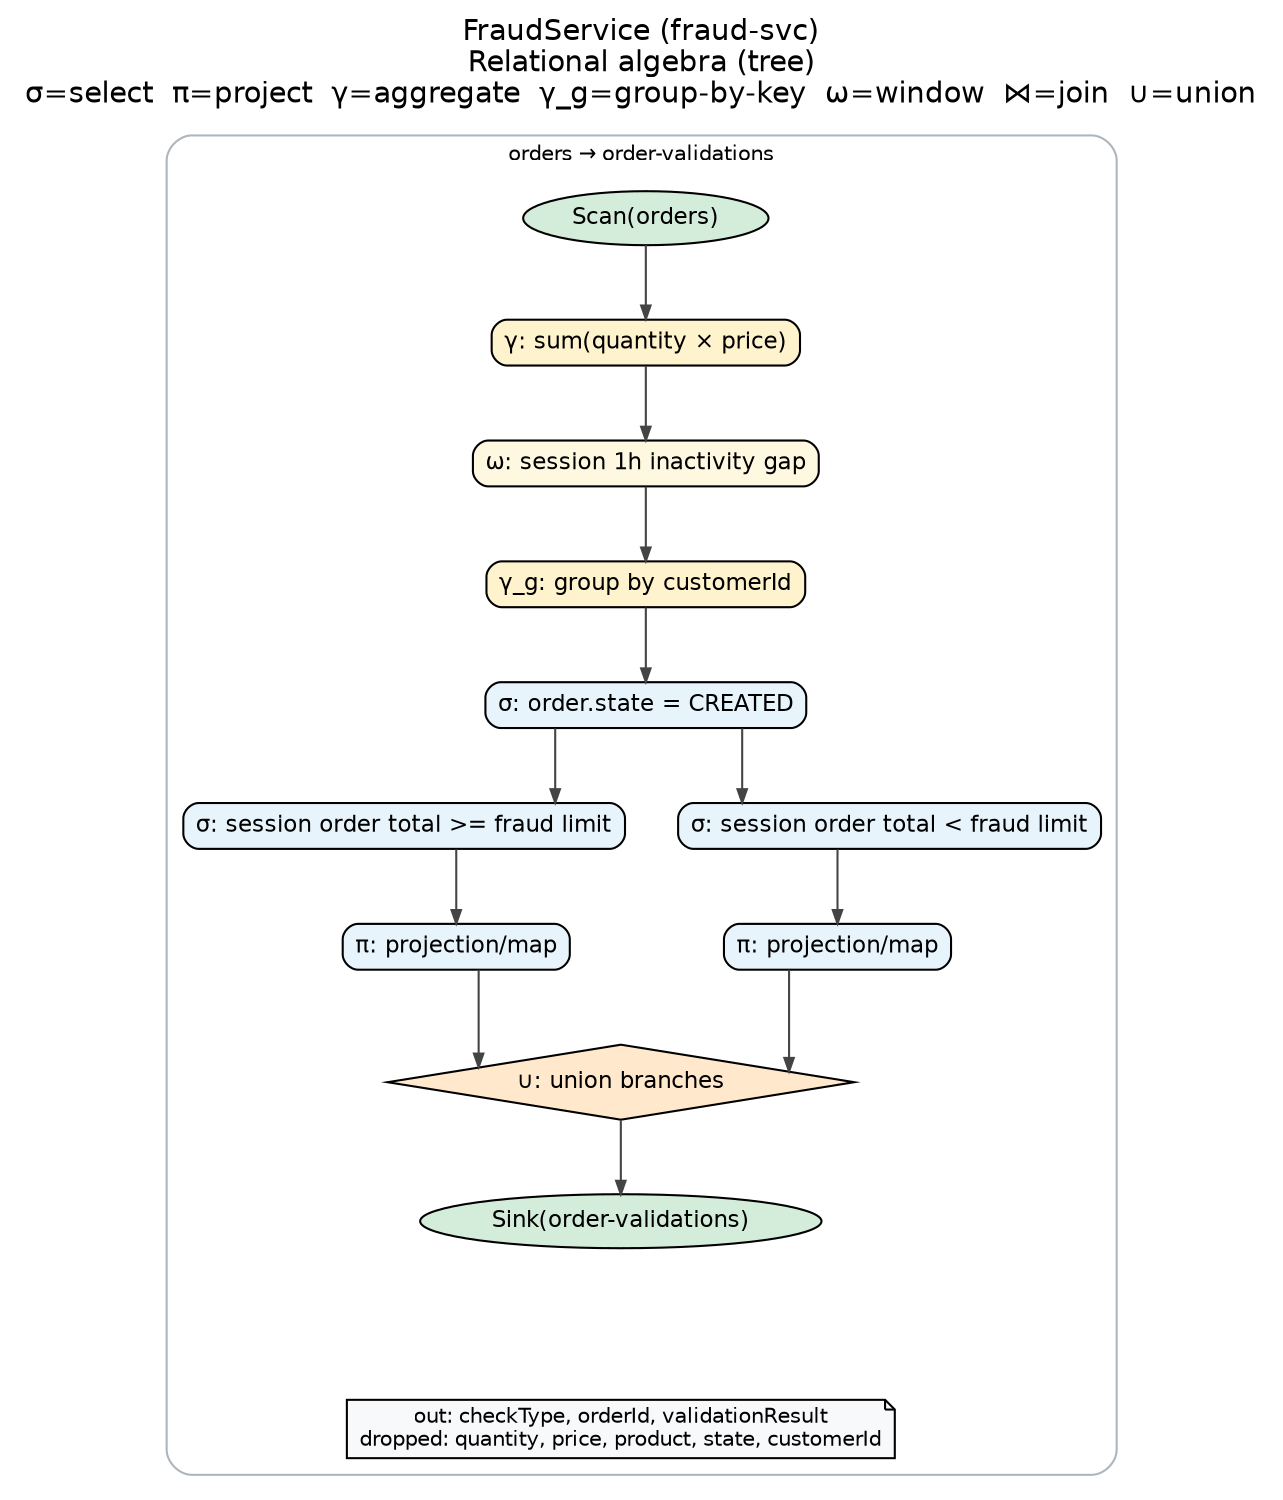
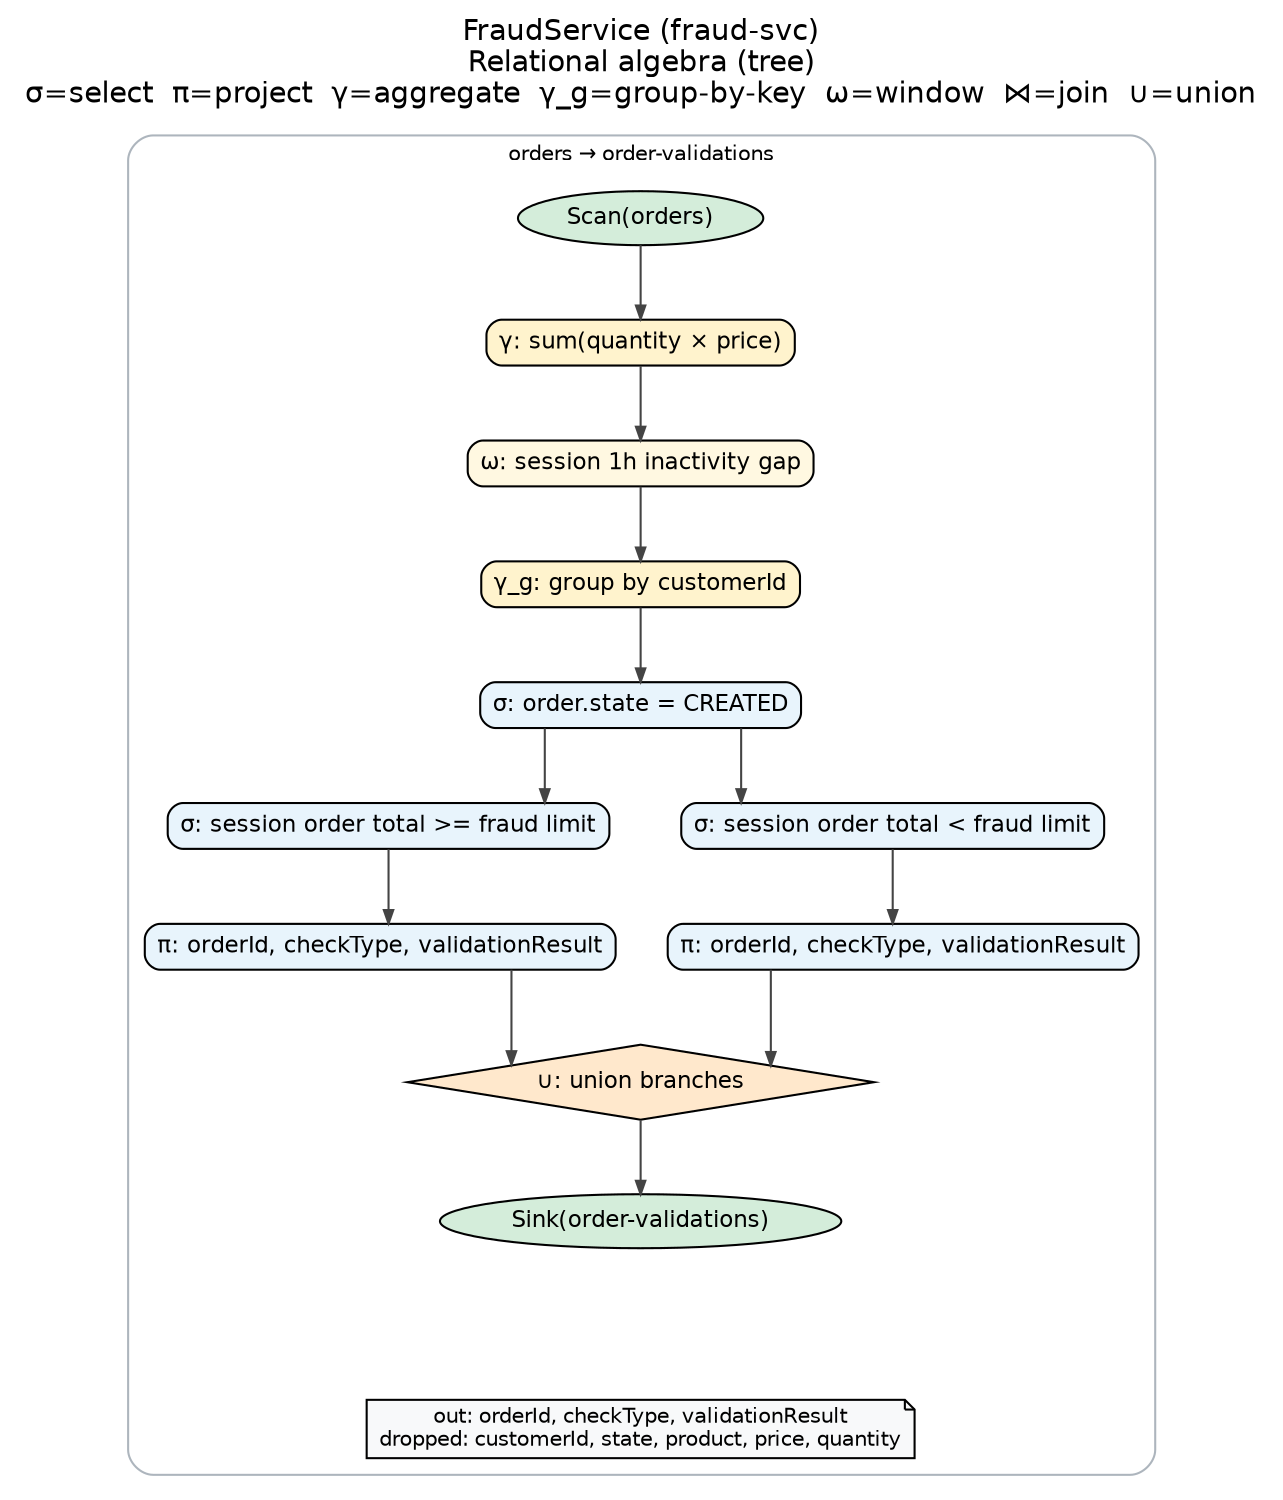
digraph ra {
  graph [rankdir=TB, bgcolor="white", fontname="Helvetica", splines=ortho, nodesep=0.35, ranksep=0.5, ordering="out"];
  node [fontname="Helvetica", fontsize=11, style=filled, height=0.3, margin="0.08,0.04"];
  edge [fontname="Helvetica", color="#444444", arrowsize=0.65];
  label="FraudService (fraud-svc)\nRelational algebra (tree)\nσ=select  π=project  γ=aggregate  γ_g=group-by-key  ω=window  ⋈=join  ∪=union";
  labelloc=t;
  fontsize=14;
  subgraph cluster_0 {
    label="orders → order-validations"; style=rounded; color="#adb5bd"; fontsize=10;
    p0_sink_order_validations [label="Sink(order-validations)", shape=ellipse, style="filled", fillcolor="#d4edda"];
    p0_union_1 [label="∪: union branches", shape=diamond, style="filled", fillcolor="#ffe8cc"];
-     p0_pi_mapvalues_2 [label="π: projection/map", shape=box, style="rounded,filled", fillcolor="#e8f4fc"];
+     p0_pi_orderid_2 [label="π: orderId, checkType, validationResult", shape=box, style="rounded,filled", fillcolor="#e8f4fc"];
    p0_sigma_session_order_to_3 [label="σ: session order total >= fraud limit", shape=box, style="rounded,filled", fillcolor="#e8f4fc"];
    p0_sigma_order_state_crea_4 [label="σ: order.state = CREATED", shape=box, style="rounded,filled", fillcolor="#e8f4fc"];
    p0_group_customerid [label="γ_g: group by customerId", shape=box, style="rounded,filled", fillcolor="#fff3cd"];
    p0_window_6 [label="ω: session 1h inactivity gap", shape=box, style="rounded,filled", fillcolor="#fff8e1"];
    p0_gamma_aggregate_7 [label="γ: sum(quantity × price)", shape=box, style="rounded,filled", fillcolor="#fff3cd"];
    p0_scan_orders [label="Scan(orders)", shape=ellipse, style="filled", fillcolor="#d4edda"];
    p0_scan_orders -> p0_gamma_aggregate_7;
    p0_gamma_aggregate_7 -> p0_window_6;
    p0_window_6 -> p0_group_customerid;
    p0_group_customerid -> p0_sigma_order_state_crea_4;
    p0_sigma_order_state_crea_4 -> p0_sigma_session_order_to_3;
-     p0_sigma_session_order_to_3 -> p0_pi_mapvalues_2;
-     p0_pi_mapvalues_2 -> p0_union_1;
-     p0_pi_mapvalues_8 [label="π: projection/map", shape=box, style="rounded,filled", fillcolor="#e8f4fc"];
+     p0_sigma_session_order_to_3 -> p0_pi_orderid_2;
+     p0_pi_orderid_2 -> p0_union_1;
+     p0_pi_orderid_8 [label="π: orderId, checkType, validationResult", shape=box, style="rounded,filled", fillcolor="#e8f4fc"];
    p0_sigma_session_order_to_9 [label="σ: session order total < fraud limit", shape=box, style="rounded,filled", fillcolor="#e8f4fc"];
    p0_sigma_order_state_crea_4 -> p0_sigma_session_order_to_9;
-     p0_sigma_session_order_to_9 -> p0_pi_mapvalues_8;
-     p0_pi_mapvalues_8 -> p0_union_1;
-     { rank=same; p0_pi_mapvalues_2; p0_pi_mapvalues_8; }
+     p0_sigma_session_order_to_9 -> p0_pi_orderid_8;
+     p0_pi_orderid_8 -> p0_union_1;
+     { rank=same; p0_pi_orderid_2; p0_pi_orderid_8; }
    p0_union_1 -> p0_sink_order_validations;
    r0anchor [style=invis, width=0, height=0, label=""];
    p0_sink_order_validations -> r0anchor [style=invis];
    r0anchor -> r0note [style=invis];
-     r0note [label="out: checkType, orderId, validationResult\ndropped: quantity, price, product, state, customerId", shape=note, fillcolor="#f8f9fa", fontsize=10];
+     r0note [label="out: orderId, checkType, validationResult\ndropped: customerId, state, product, price, quantity", shape=note, fillcolor="#f8f9fa", fontsize=10];
    { rank=max; r0note; }
  }
}